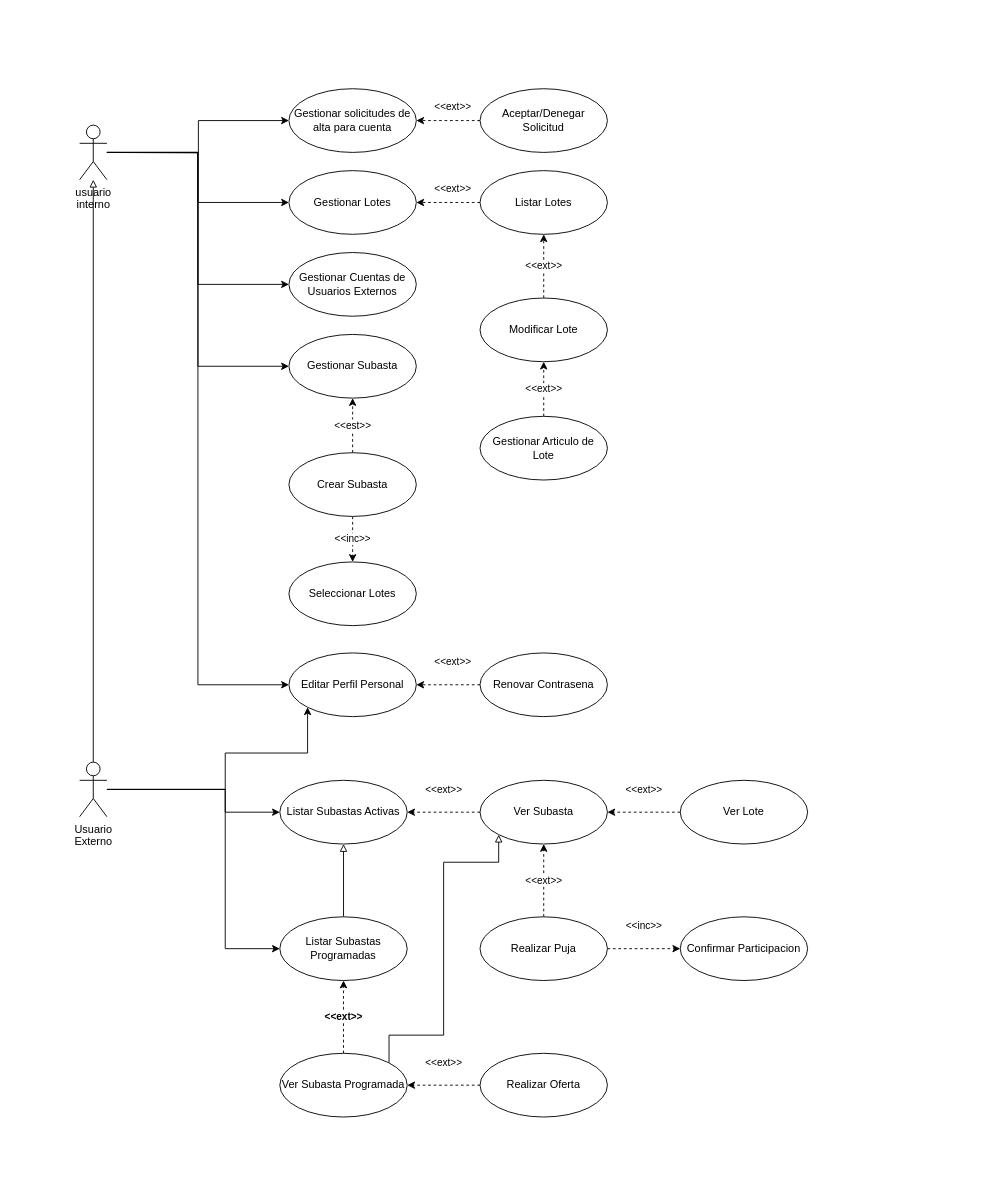
RobertoMarroquin/pm keeps this draw.io diagram as UCSubastas.drawio. Above is the earlier version. Source tidied: cells renumbered, new cells numbered last; positions are measured from the earlier drawing's top-left corner, leaving out a move shared by most shapes. Both pictures are drawn from the tidied source at 91%, with x=0, y=0 at pixel (79, 88).
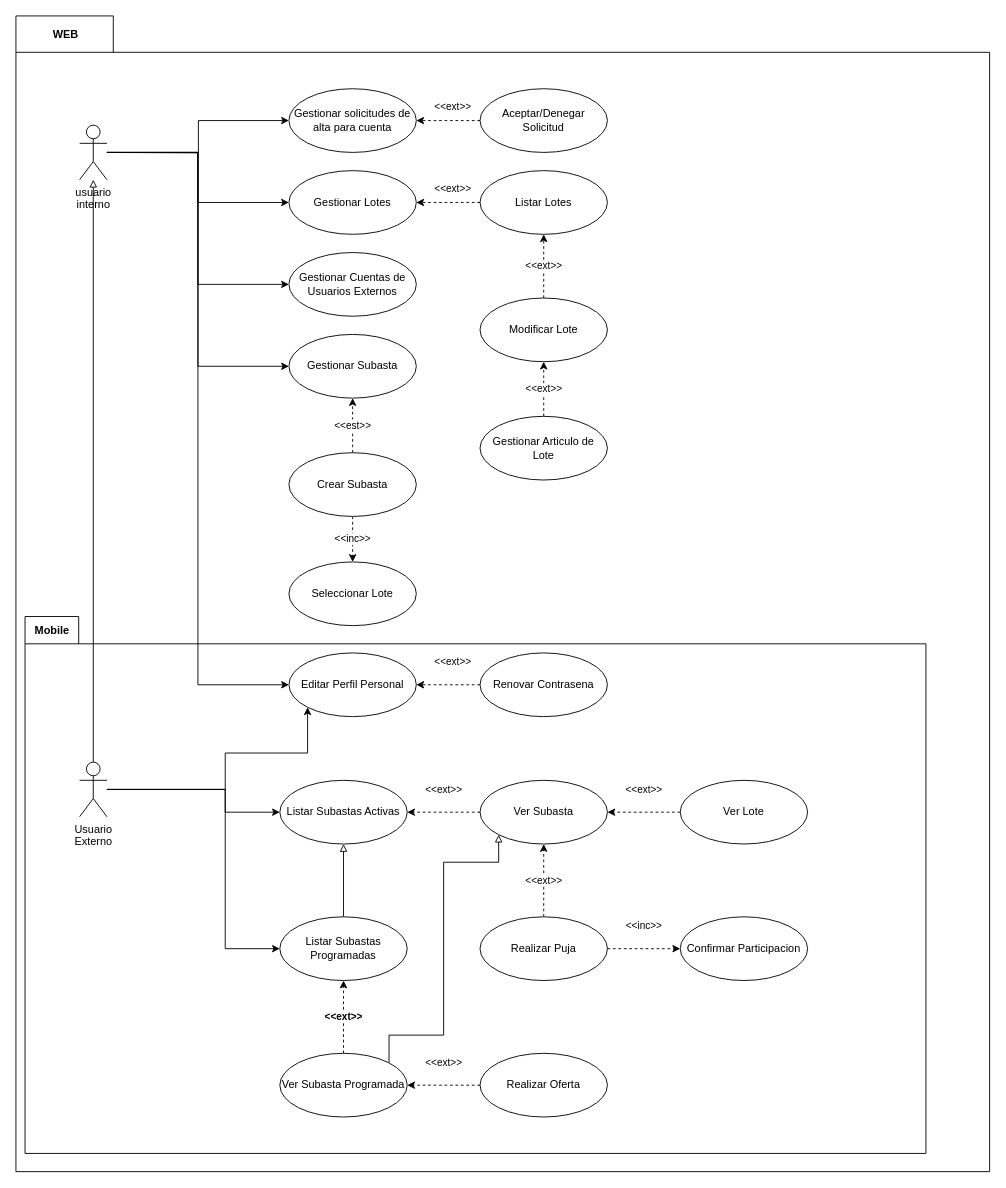
The same page after the edit.

Change to the diagram source:
```diff
@@
+    <mxCell id="48" style="shape=folder;fontStyle=1;spacingTop=10;tabWidth=40;tabHeight=40;tabPosition=left;html=1;" parent="1" vertex="1">
+      <mxGeometry x="-70" y="-80" width="1070" height="1270" as="geometry" />
+    </mxCell>
+    <mxCell id="49" style="shape=folder;fontStyle=1;spacingTop=10;tabWidth=40;tabHeight=30;tabPosition=left;html=1;" parent="1" vertex="1">
+      <mxGeometry x="-60" y="580" width="990" height="590" as="geometry" />
+    </mxCell>
@@
-    <mxCell id="26" value="Seleccionar Lotes" style="ellipse;whiteSpace=wrap;html=1;" parent="1" vertex="1">
+    <mxCell id="26" value="Seleccionar Lote" style="ellipse;whiteSpace=wrap;html=1;" parent="1" vertex="1">
       <mxGeometry x="230" y="520" width="140" height="70" as="geometry" />
     </mxCell>
@@
+    <mxCell id="50" value="WEB" style="text;align=center;fontStyle=1;verticalAlign=middle;spacingLeft=3;spacingRight=3;strokeColor=none;" parent="1" vertex="1">
+      <mxGeometry x="-70" y="-80" width="110" height="40" as="geometry" />
+    </mxCell>
+    <mxCell id="51" value="Mobile" style="text;align=center;fontStyle=1;verticalAlign=middle;spacingLeft=3;spacingRight=3;strokeColor=none;" parent="1" vertex="1">
+      <mxGeometry x="-60" y="580" width="60" height="30" as="geometry" />
+    </mxCell>
```
